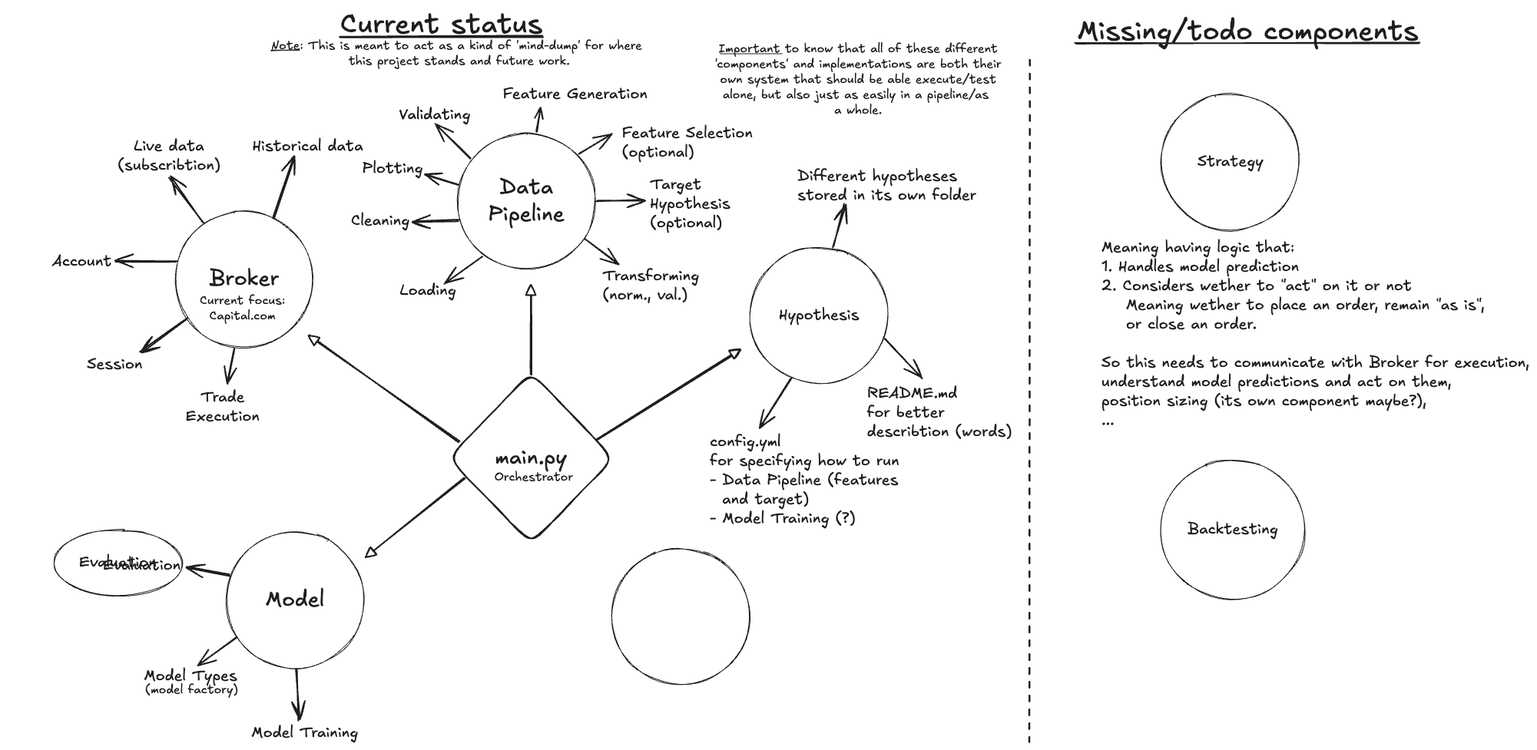
The Excalidraw diagram excalidraw/current_progress.excalidraw.png in DanielWestgaard/ml-pred, before a commit. Source tidied: one line per element, renumbered; positions are measured from the earlier drawing's top-left corner, leaving out a move shared by most shapes.
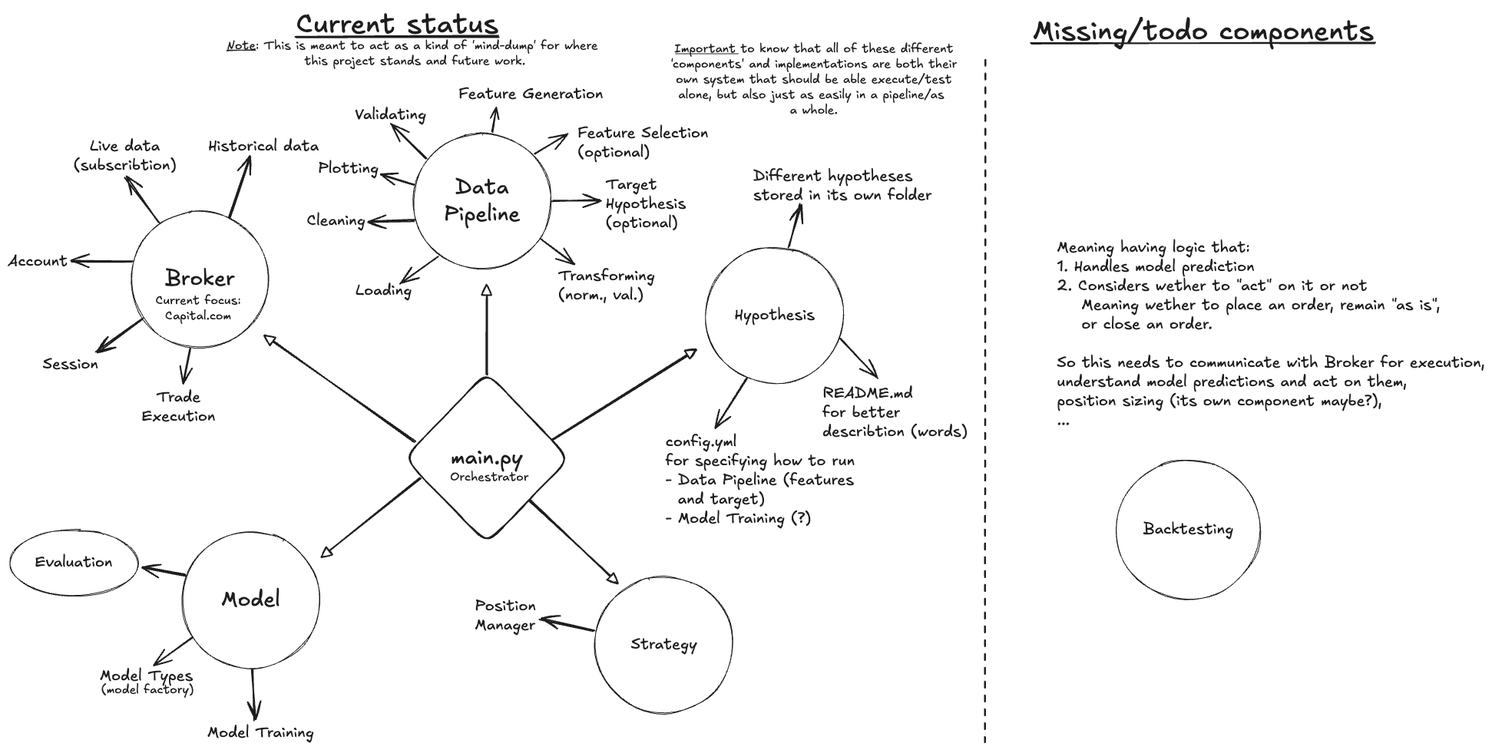
After the change.

Commit message:
updating visualization with strategy component

Diff of the diagram source:
```diff
@@ -42,8 +42,8 @@
 {"id": 41, "type": "arrow", "strokeColor": "#1e1e1e", "strokeWidth": 2, "roughness": 1, "endArrowhead": "arrow", "round": true, "from": 6, "x": 529, "y": 231, "width": 44, "height": 13, "points": [[0, 0], [-44, -13]]}
 {"id": 42, "type": "text", "text": "Plotting", "strokeColor": "#1e1e1e", "strokeWidth": 2, "roughness": 1, "fontSize": 20, "fontFamily": 5, "x": 404, "y": 197, "width": 79, "height": 25}
 {"id": 43, "type": "line", "strokeColor": "#1e1e1e", "strokeWidth": 2, "strokeStyle": "dashed", "roughness": 1, "round": true, "x": 1272, "y": 69, "width": 0, "height": 888, "points": [[0, 0], [0, 888]]}
-{"id": 44, "type": "ellipse", "strokeColor": "#1e1e1e", "strokeWidth": 1, "roughness": 1, "round": true, "x": 1445, "y": 112, "width": 180, "height": 178}
+{"id": 44, "type": "ellipse", "strokeColor": "#1e1e1e", "strokeWidth": 1, "roughness": 1, "round": true, "x": 765, "y": 741, "width": 180, "height": 178}
-{"id": 45, "type": "text", "text": "Strategy", "strokeColor": "#1e1e1e", "strokeWidth": 1, "roughness": 1, "fontSize": 20, "fontFamily": 5, "textAlign": "center", "verticalAlign": "middle", "inside": 44, "x": 1492, "y": 189, "width": 86, "height": 25}
+{"id": 45, "type": "text", "text": "Strategy", "strokeColor": "#1e1e1e", "strokeWidth": 1, "roughness": 1, "fontSize": 20, "fontFamily": 5, "textAlign": "center", "verticalAlign": "middle", "inside": 44, "x": 812, "y": 818, "width": 86, "height": 25}
 {"id": 46, "type": "text", "text": "Meaning having logic that:\n1. Handles model prediction\n2. Considers wether to \"act\" on it or not\n    Meaning wether to place an order, remain \"as is\",\n    or close an order.\n\nSo this needs to communicate with Broker for execution,\nunderstand model predictions and act on them,\nposition sizing (its own component maybe?),\n...", "strokeColor": "#1e1e1e", "strokeWidth": 2, "strokeStyle": "dashed", "roughness": 1, "fontSize": 20, "fontFamily": 5, "x": 1367, "y": 300, "width": 557, "height": 250}
 {"id": 47, "type": "text", "text": "Missing/todo components", "strokeColor": "#1e1e1e", "strokeWidth": 2, "strokeStyle": "dashed", "roughness": 1, "fontSize": 36, "fontFamily": 5, "x": 1335, "y": 9, "width": 444, "height": 45}
 {"id": 48, "type": "ellipse", "strokeColor": "#1e1e1e", "strokeWidth": 1, "roughness": 1, "round": true, "x": 1443, "y": 589, "width": 189, "height": 182}
@@ -68,3 +68,6 @@
 {"id": 67, "type": "line", "strokeColor": "#1e1e1e", "strokeWidth": 1, "roughness": 0, "round": true, "x": 870, "y": 60, "width": 82, "height": 0, "points": [[0, 0], [82, 0]]}
 {"id": 68, "type": "ellipse", "strokeColor": "#1e1e1e", "strokeWidth": 1, "roughness": 1, "round": true, "x": 3, "y": 681, "width": 167, "height": 85}
 {"id": 69, "type": "text", "text": "Evaluation", "strokeColor": "#1e1e1e", "strokeWidth": 1, "roughness": 1, "fontSize": 20, "fontFamily": 5, "textAlign": "center", "verticalAlign": "middle", "inside": 68, "x": 36, "y": 711, "width": 101, "height": 25}
+{"id": 70, "type": "arrow", "strokeColor": "#1e1e1e", "strokeWidth": 2, "roughness": 1, "endArrowhead": "triangle_outline", "round": true, "from": 19, "to": 44, "x": 679, "y": 642, "width": 115, "height": 107, "points": [[0, 0], [115, 107]]}
+{"id": 71, "type": "arrow", "strokeColor": "#1e1e1e", "strokeWidth": 2, "roughness": 1, "endArrowhead": "arrow", "round": true, "from": 44, "x": 763, "y": 812, "width": 70, "height": 16, "points": [[0, 0], [-70, -16]]}
+{"id": 72, "type": "text", "text": "Position\nManager", "strokeColor": "#1e1e1e", "strokeWidth": 2, "roughness": 1, "fontSize": 20, "fontFamily": 5, "x": 608, "y": 767, "width": 80, "height": 50}
```
